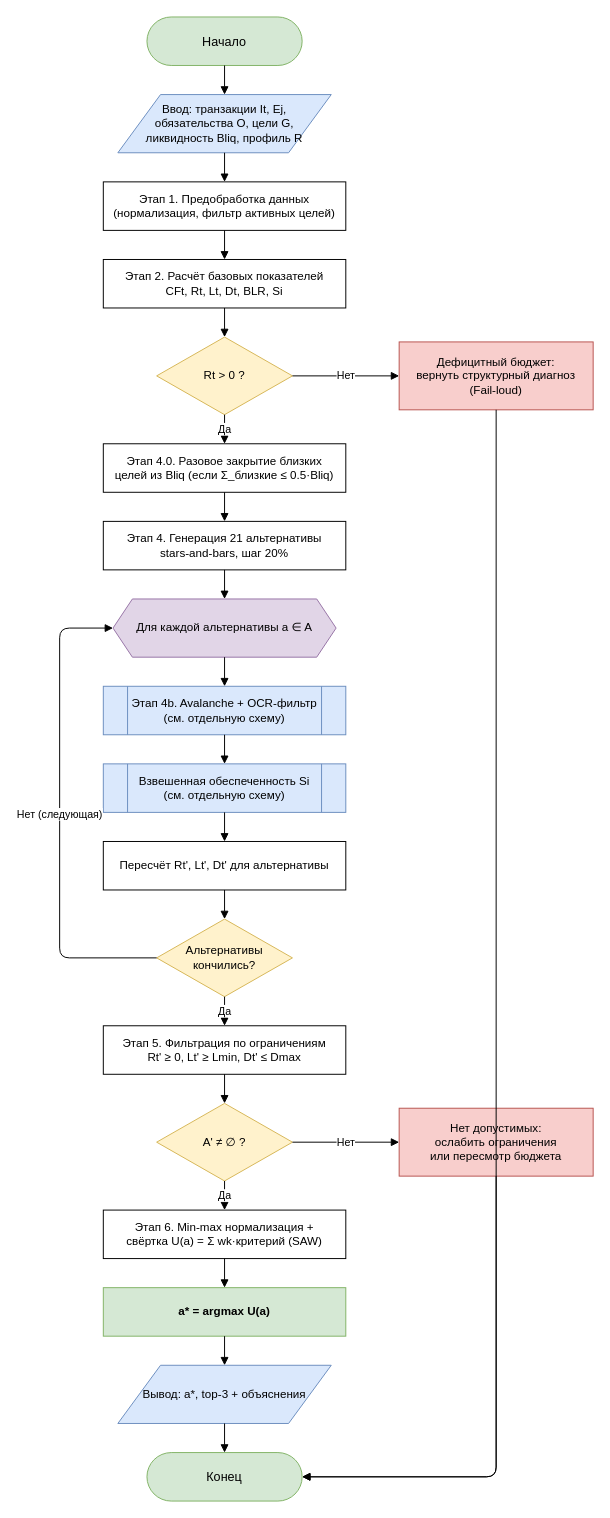
vevdokimovm/personal-finance-dss keeps this draw.io diagram as docs/diagrams/01_main_pipeline_GOST.drawio. Above is the earlier version. Source tidied: cells renumbered, new cells numbered last; positions are measured from the earlier drawing's top-left corner, leaving out a move shared by most shapes. Both pictures are drawn from the tidied source at 97%, with x=0, y=0 at pixel (59, 16).
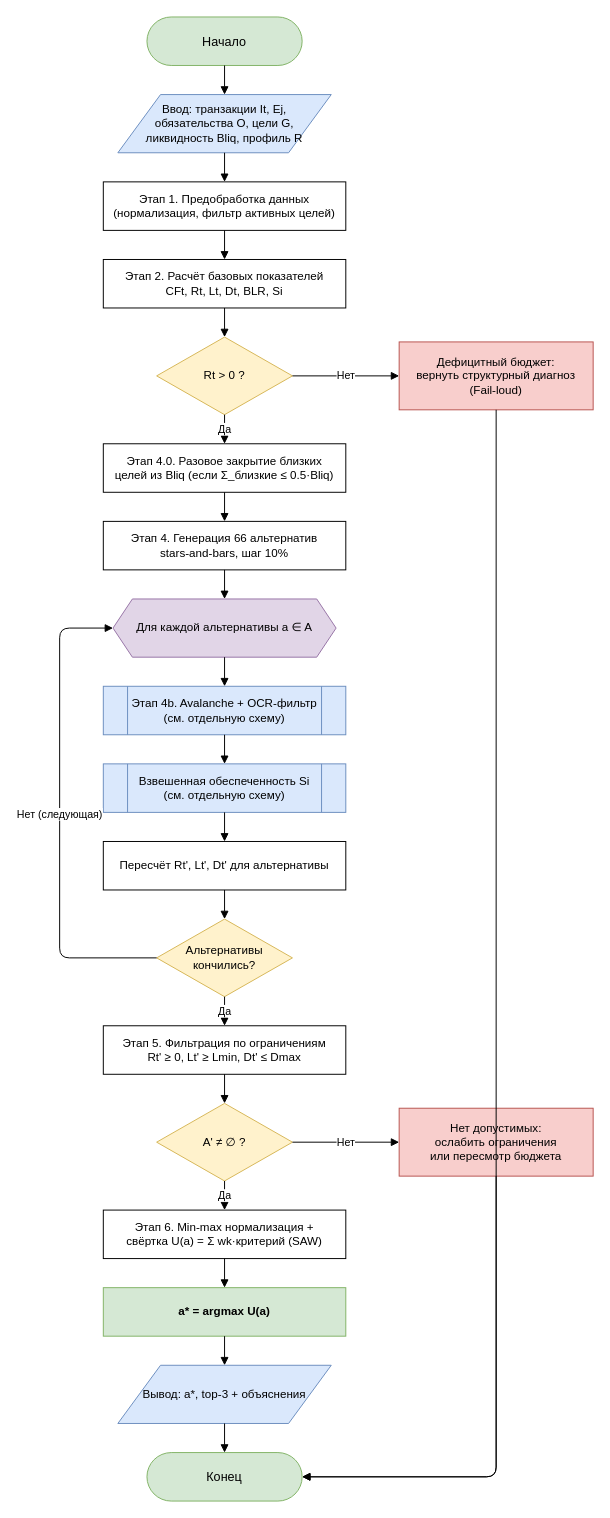
The same diagram, later.

Change to the diagram source:
```diff
@@
-    <mxCell id="9" value="Этап 4. Генерация 21 альтернативы&#10;stars-and-bars, шаг 20%" style="rounded=0;whiteSpace=wrap;html=1;fillColor=#ffffff;strokeColor=#000000;fontSize=12;" parent="1" vertex="1">
+    <mxCell id="9" value="Этап 4. Генерация 66 альтернатив&#10;stars-and-bars, шаг 10%" style="rounded=0;whiteSpace=wrap;html=1;fillColor=#ffffff;strokeColor=#000000;fontSize=12;" parent="1" vertex="1">
       <mxGeometry x="45" y="520" width="250" height="50" as="geometry" />
     </mxCell>
```
